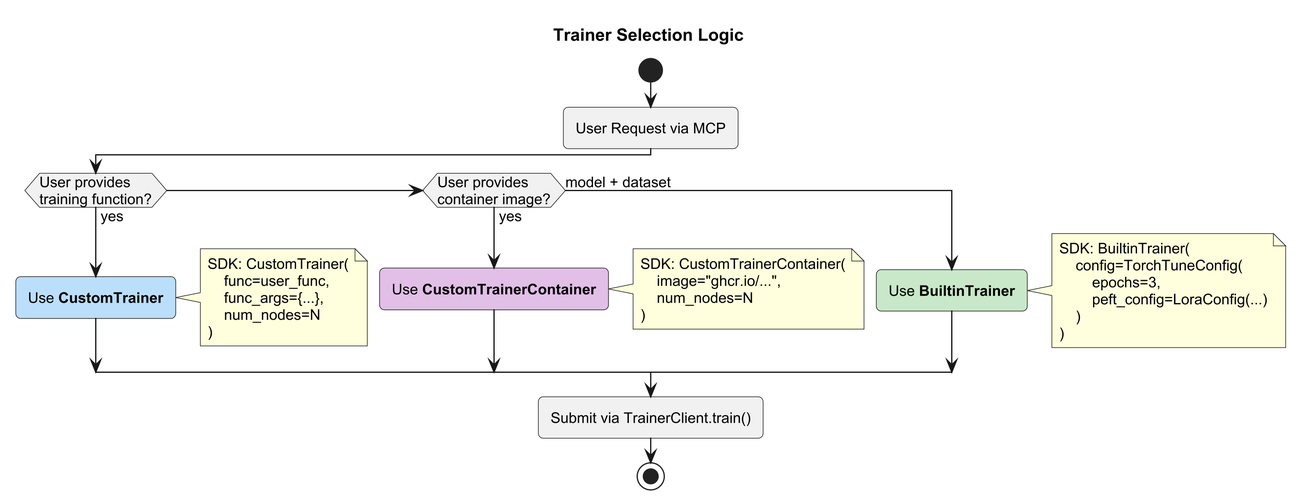
Earlier version of the PlantUML export proposals/936-kubeflow-mcp-server/trainer-selection.png (kubeflow/community).
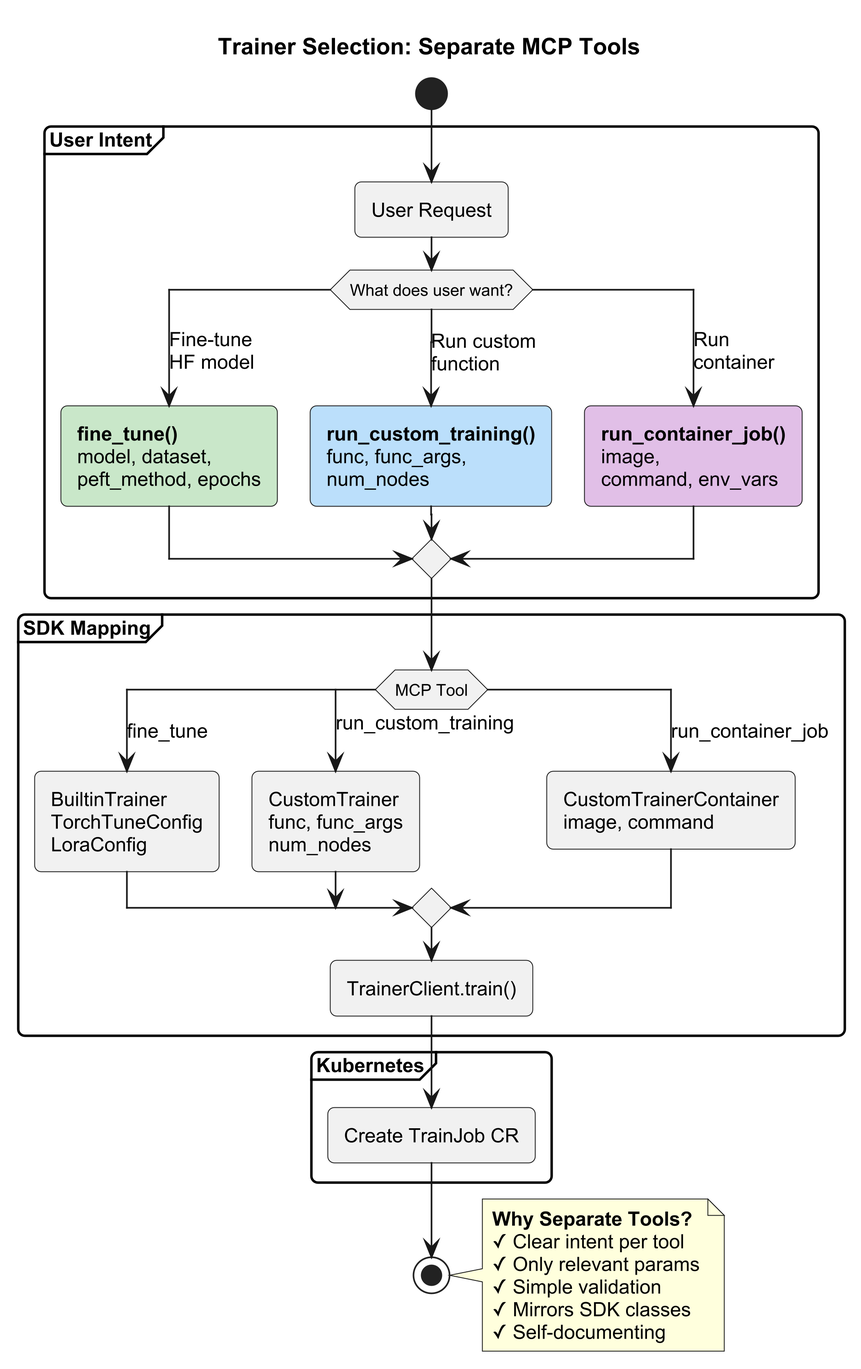
The same diagram one commit later.

Diff of the diagram source:
```diff
@@ -1,48 +1,66 @@
 @startuml
-scale 3
+scale 4
 
 skinparam backgroundColor #FEFEFE
 skinparam defaultFontSize 12
 skinparam defaultFontName Arial
 skinparam roundcorner 8
+skinparam activityDiamondFontSize 10
 
-title <b>Trainer Selection Logic</b>
+title <b>Trainer Selection: Separate MCP Tools</b>
 
 start
 
-:User Request via MCP;
+partition "**User Intent**" {
+    :User Request;
 
-if (User provides\ntraining function?) then (yes)
-    #BBDEFB:Use **CustomTrainer**;
-    note right
-        SDK: CustomTrainer(
-            func=user_func,
-            func_args={...},
-            num_nodes=N
-        )
-    end note
-elseif (User provides\ncontainer image?) then (yes)
-    #E1BEE7:Use **CustomTrainerContainer**;
-    note right
-        SDK: CustomTrainerContainer(
-            image="ghcr.io/...",
-            num_nodes=N
-        )
-    end note
-else (model + dataset)
-    #C8E6C9:Use **BuiltinTrainer**;
-    note right
-        SDK: BuiltinTrainer(
-            config=TorchTuneConfig(
-                epochs=3,
-                peft_config=LoraConfig(...)
-            )
-        )
-    end note
-endif
+    switch (What does user want?)
+    case (Fine-tune\nHF model)
+        #C8E6C9:**fine_tune()**
+        model, dataset,
+        peft_method, epochs;
+    case (Run custom\nfunction)
+        #BBDEFB:**run_custom_training()**
+        func, func_args,
+        num_nodes;
+    case (Run\ncontainer)
+        #E1BEE7:**run_container_job()**
+        image,
+        command, env_vars;
+    endswitch
+}
 
-:Submit via TrainerClient.train();
+partition "**SDK Mapping**" {
+    switch (MCP Tool)
+    case (fine_tune)
+        :BuiltinTrainer
+        TorchTuneConfig
+        LoraConfig;
+    case (run_custom_training)
+        :CustomTrainer
+        func, func_args
+        num_nodes;
+    case (run_container_job)
+        :CustomTrainerContainer
+        image, command;
+    endswitch
+
+    :TrainerClient.train();
+}
+
+partition "**Kubernetes**" {
+    :Create TrainJob CR;
+}
 
 stop
 
+note right
+  **Why Separate Tools?**
+  ✓ Clear intent per tool
+  ✓ Only relevant params
+  ✓ Simple validation
+  ✓ Mirrors SDK classes
+  ✓ Self-documenting
+end note
+
 @enduml
```
